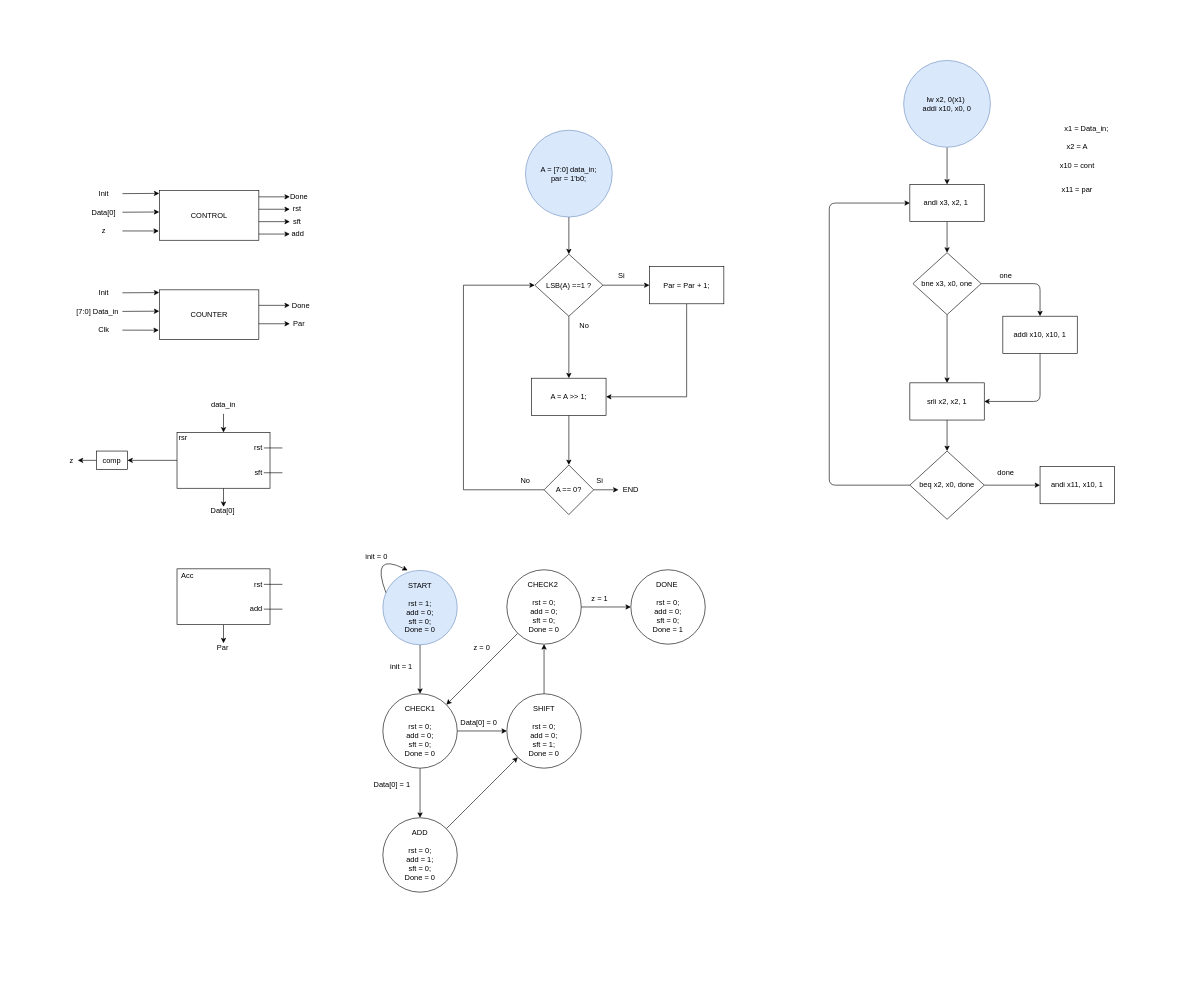
Before: Counter/diagrams/flowchart.drawio in DanielPuentes01/Digital_2, a draw.io diagram. Source tidied: cells renumbered, new cells numbered last; positions are measured from the earlier drawing's top-left corner, leaving out a move shared by most shapes. Both pictures are drawn from the tidied source at 62%, with x=0, y=0 at pixel (53, 60).
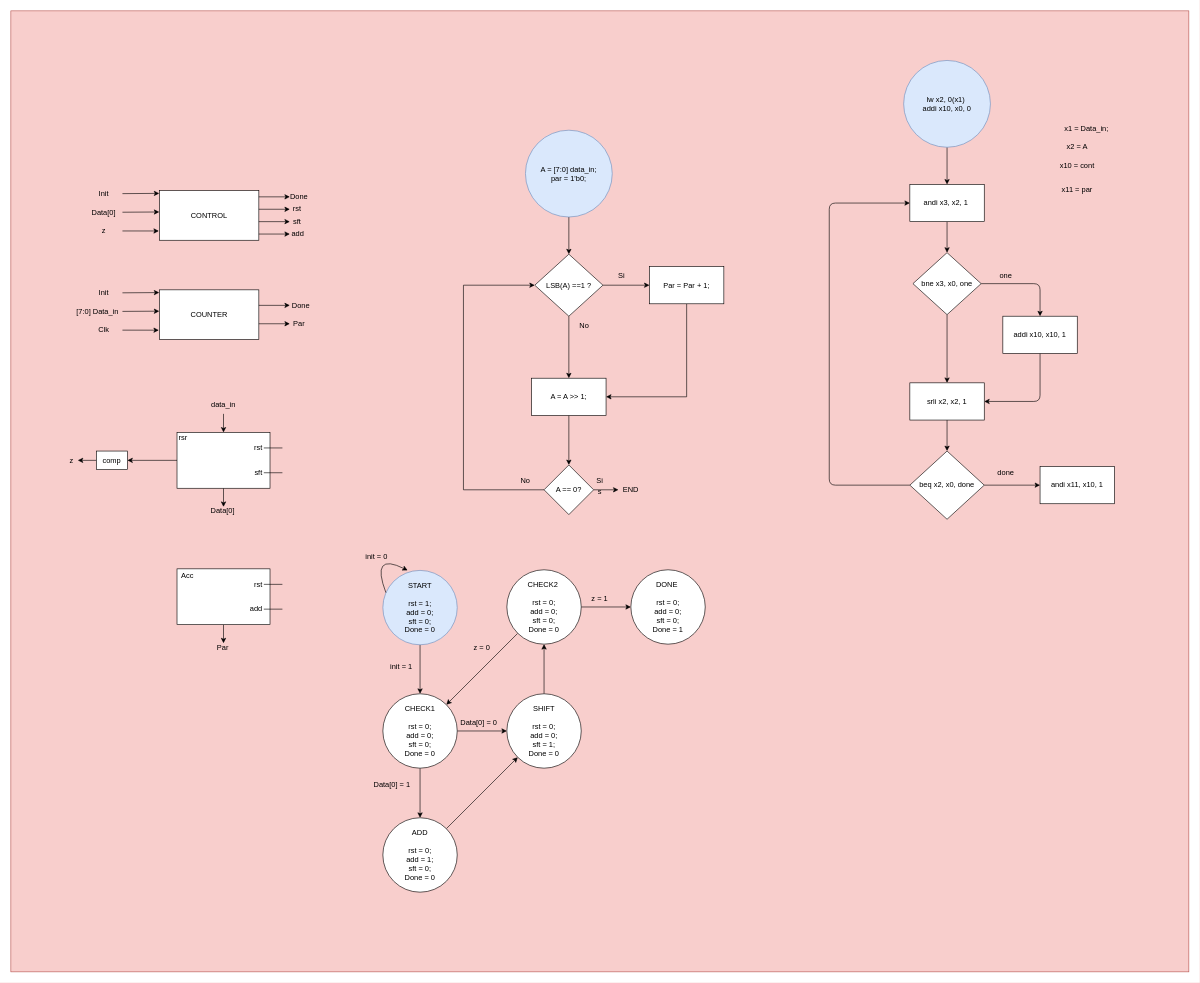
After the change.

What changed in the source:
```diff
@@
+    <mxCell id="108" value="s" style="rounded=0;whiteSpace=wrap;html=1;fillColor=#f8cecc;strokeColor=#b85450;" parent="1" vertex="1">
+      <mxGeometry x="-68" y="-80" width="1900" height="1550" as="geometry" />
+    </mxCell>
```
